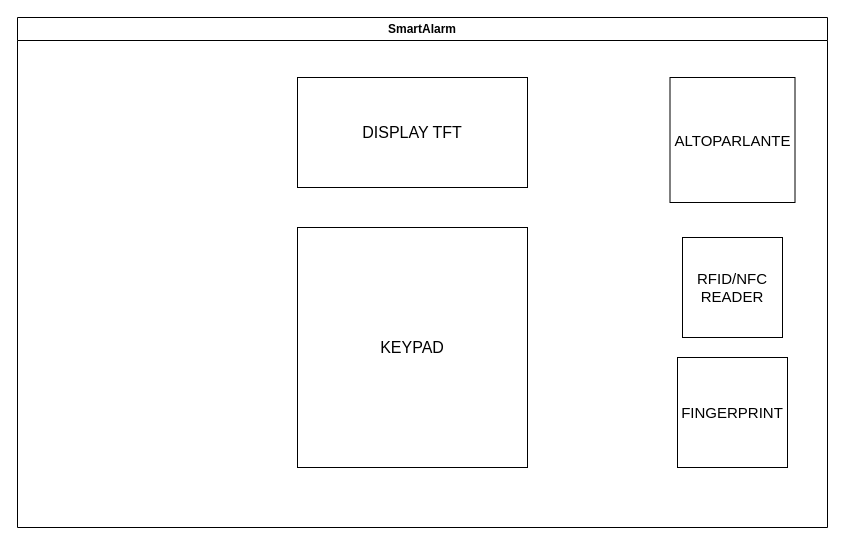
gian02-dev/SmartAlarm keeps this draw.io diagram as SmartAlarm.drawio. Above is the earlier version. Source tidied: cells renumbered, new cells numbered last; positions are measured from the earlier drawing's top-left corner, leaving out a move shared by most shapes. Both pictures are drawn from the tidied source at 100%, with x=0, y=0 at pixel (17, 17).
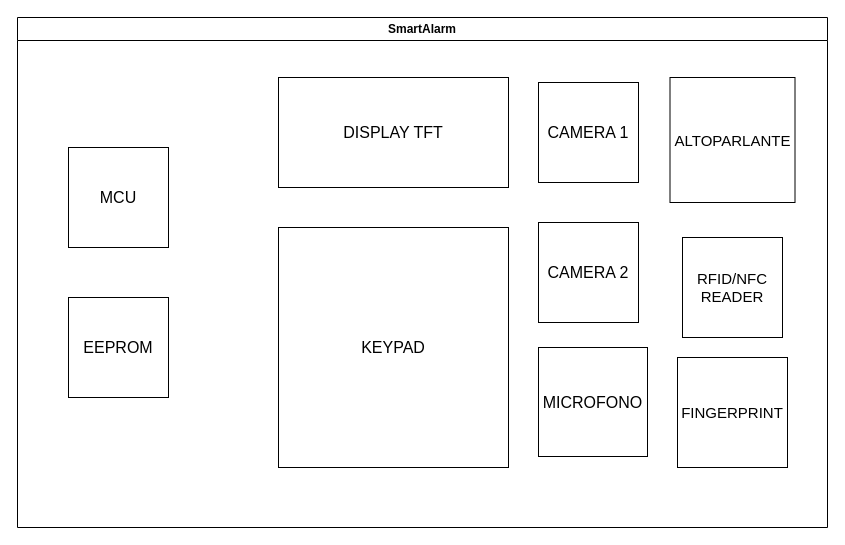
After the change.

Diff of the diagram source:
```diff
@@
 <mxGraphModel>
   <root>
     <mxCell id="0" />
     <mxCell id="1" parent="0" />
     <mxCell id="2" value="SmartAlarm" style="swimlane;whiteSpace=wrap;html=1;" parent="1" vertex="1">
       <mxGeometry width="810" height="510" as="geometry" />
     </mxCell>
     <mxCell id="3" value="&lt;font style=&quot;font-size: 15px;&quot;&gt;RFID/NFC&lt;br&gt;READER&lt;/font&gt;" style="whiteSpace=wrap;html=1;" parent="2" vertex="1">
       <mxGeometry x="665" y="220" width="100" height="100" as="geometry" />
     </mxCell>
     <mxCell id="4" value="&lt;font style=&quot;font-size: 15px;&quot;&gt;FINGERPRINT&lt;/font&gt;" style="whiteSpace=wrap;html=1;" parent="2" vertex="1">
       <mxGeometry x="660" y="340" width="110" height="110" as="geometry" />
     </mxCell>
     <mxCell id="5" value="&lt;font style=&quot;font-size: 15px;&quot;&gt;ALTOPARLANTE&lt;/font&gt;" style="whiteSpace=wrap;html=1;" parent="2" vertex="1">
       <mxGeometry x="652.5" y="60" width="125" height="125" as="geometry" />
     </mxCell>
     <mxCell id="6" value="&lt;font style=&quot;font-size: 16px;&quot;&gt;DISPLAY TFT&lt;/font&gt;" style="rounded=0;whiteSpace=wrap;html=1;" parent="2" vertex="1">
-      <mxGeometry x="280" y="60" width="230" height="110" as="geometry" />
+      <mxGeometry x="261" y="60" width="230" height="110" as="geometry" />
     </mxCell>
     <mxCell id="7" value="&lt;font style=&quot;font-size: 16px;&quot;&gt;KEYPAD&lt;/font&gt;" style="rounded=0;whiteSpace=wrap;html=1;" parent="2" vertex="1">
-      <mxGeometry x="280" y="210" width="230" height="240" as="geometry" />
+      <mxGeometry x="261" y="210" width="230" height="240" as="geometry" />
     </mxCell>
+    <mxCell id="8" value="&lt;font style=&quot;font-size: 16px;&quot;&gt;MCU&lt;/font&gt;" style="whiteSpace=wrap;html=1;" parent="2" vertex="1">
+      <mxGeometry x="51" y="130" width="100" height="100" as="geometry" />
+    </mxCell>
+    <mxCell id="9" value="&lt;div&gt;&lt;font style=&quot;font-size: 16px;&quot;&gt;EEPROM&lt;/font&gt;&lt;/div&gt;" style="whiteSpace=wrap;html=1;" parent="2" vertex="1">
+      <mxGeometry x="51" y="280" width="100" height="100" as="geometry" />
+    </mxCell>
+    <mxCell id="10" value="&lt;font style=&quot;font-size: 16px;&quot;&gt;CAMERA 1&lt;/font&gt;" style="whiteSpace=wrap;html=1;" parent="2" vertex="1">
+      <mxGeometry x="521" y="65" width="100" height="100" as="geometry" />
+    </mxCell>
+    <mxCell id="11" value="&lt;div&gt;&lt;font style=&quot;font-size: 16px;&quot;&gt;CAMERA 2&lt;/font&gt;&lt;/div&gt;" style="whiteSpace=wrap;html=1;" parent="2" vertex="1">
+      <mxGeometry x="521" y="205" width="100" height="100" as="geometry" />
+    </mxCell>
+    <mxCell id="12" value="&lt;font style=&quot;font-size: 16px;&quot;&gt;MICROFONO&lt;/font&gt;" style="whiteSpace=wrap;html=1;" parent="2" vertex="1">
+      <mxGeometry x="521" y="330" width="109" height="109" as="geometry" />
+    </mxCell>
   </root>
 </mxGraphModel>
```
